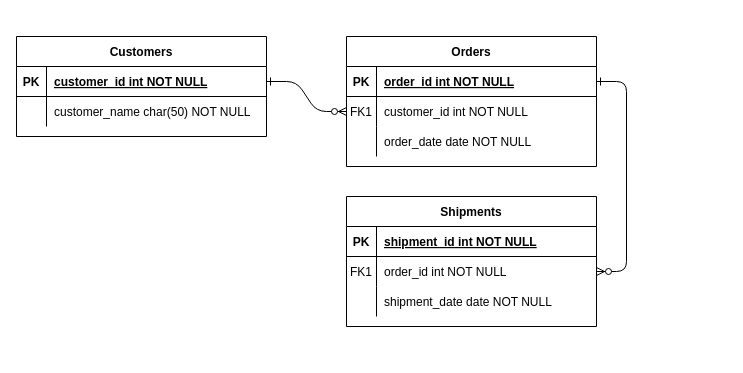
The draw.io diagram Physical_Data_Model.drawio in BeoVR6R/CMPG-223-Data-Model, before the edit. Source tidied: cells renumbered, new cells numbered last; positions are measured from the earlier drawing's top-left corner, leaving out a move shared by most shapes. Both pictures are drawn from the tidied source at 100%, with x=0, y=0 at pixel (16, 36).
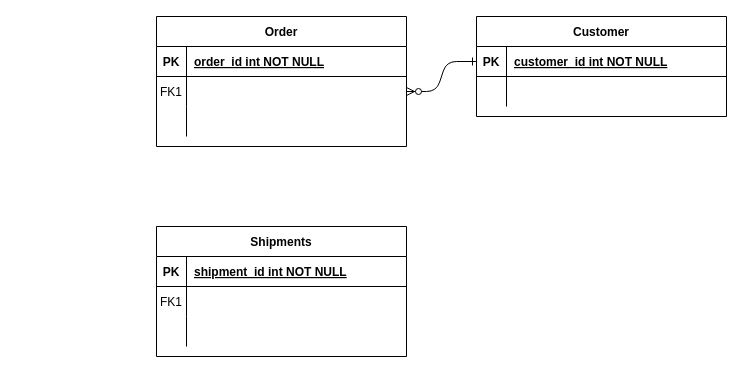
Above is the later version.

The change refers to these unchanged cells:
```xml
<mxCell id="5" style="shape=partialRectangle;fillColor=none;points=[[0,0.5],[1,0.5]];portConstraint=eastwest;top=0;left=0;right=0;bottom=1;" parent="4" vertex="1">
  <mxGeometry y="30" width="250" height="30" as="geometry" />
</mxCell>
<mxCell id="8" style="shape=partialRectangle;fillColor=none;points=[[0,0.5],[1,0.5]];portConstraint=eastwest;top=0;left=0;right=0;bottom=0;" parent="4" vertex="1">
  <mxGeometry y="60" width="250" height="30" as="geometry" />
</mxCell>
<mxCell id="11" style="shape=partialRectangle;fillColor=none;top=0;left=0;right=0;bottom=0;" parent="4" vertex="1">
  <mxGeometry y="90" width="250" height="30" as="geometry" />
</mxCell>
<mxCell id="18" style="shape=partialRectangle;fillColor=none;points=[[0,0.5],[1,0.5]];portConstraint=eastwest;top=0;left=0;right=0;bottom=0;" parent="14" vertex="1">
  <mxGeometry y="60" width="250" height="30" as="geometry" />
</mxCell>
<mxCell id="21" style="shape=partialRectangle;fillColor=none;top=0;left=0;right=0;bottom=0;" parent="14" vertex="1">
  <mxGeometry y="90" width="250" height="30" as="geometry" />
</mxCell>
<mxCell id="28" style="shape=partialRectangle;fillColor=none;top=0;left=0;right=0;bottom=0;" parent="24" vertex="1">
  <mxGeometry y="60" width="250" height="30" as="geometry" />
</mxCell>
```

What changed in the source:
```diff
@@
-    <mxCell id="3" style="edgeStyle=entityRelationEdgeStyle;endArrow=ERzeroToMany;startArrow=ERone;endFill=1;startFill=0;" parent="1" edge="1" source="5" target="18">
-      <mxGeometry relative="1" as="geometry" />
-    </mxCell>
-    <mxCell id="4" value="Orders" style="shape=table;startSize=30;childLayout=tableLayout;rowLines=0;fontStyle=1;align=center;" parent="1" vertex="1">
-      <mxGeometry x="330" width="250" height="130" as="geometry" />
+    <mxCell id="4" value="Order" style="shape=table;startSize=30;childLayout=tableLayout;rowLines=0;fontStyle=1;align=center;" parent="1" vertex="1">
+      <mxGeometry x="140" y="-20" width="250" height="130" as="geometry" />
     </mxCell>
@@
-    <mxCell id="10" value="customer_id int NOT NULL" style="shape=partialRectangle;overflow=hidden;fillColor=none;top=0;left=0;bottom=0;right=0;align=left;spacingLeft=6;" parent="8" vertex="1">
+    <mxCell id="10" style="shape=partialRectangle;overflow=hidden;fillColor=none;top=0;left=0;bottom=0;right=0;align=left;spacingLeft=6;" parent="8" vertex="1">
       <mxGeometry x="30" width="220" height="30" as="geometry" />
     </mxCell>
@@
-    <mxCell id="13" value="order_date date NOT NULL" style="shape=partialRectangle;overflow=hidden;fillColor=none;top=0;left=0;bottom=0;right=0;align=left;spacingLeft=6;" parent="11" vertex="1">
+    <mxCell id="13" style="shape=partialRectangle;overflow=hidden;fillColor=none;top=0;left=0;bottom=0;right=0;align=left;spacingLeft=6;" parent="11" vertex="1">
       <mxGeometry x="30" width="220" height="30" as="geometry" />
     </mxCell>
     <mxCell id="14" value="Shipments" style="shape=table;startSize=30;childLayout=tableLayout;rowLines=0;fontStyle=1;align=center;" parent="1" vertex="1">
-      <mxGeometry x="330" y="160" width="250" height="130" as="geometry" />
+      <mxGeometry x="140" y="190" width="250" height="130" as="geometry" />
     </mxCell>
@@
-    <mxCell id="20" value="order_id int NOT NULL" style="shape=partialRectangle;overflow=hidden;fillColor=none;top=0;left=0;bottom=0;right=0;align=left;spacingLeft=6;" parent="18" vertex="1">
+    <mxCell id="20" style="shape=partialRectangle;overflow=hidden;fillColor=none;top=0;left=0;bottom=0;right=0;align=left;spacingLeft=6;" parent="18" vertex="1">
       <mxGeometry x="30" width="220" height="30" as="geometry" />
     </mxCell>
@@
-    <mxCell id="23" value="shipment_date date NOT NULL" style="shape=partialRectangle;overflow=hidden;fillColor=none;top=0;left=0;bottom=0;right=0;align=left;spacingLeft=6;" parent="21" vertex="1">
+    <mxCell id="23" style="shape=partialRectangle;overflow=hidden;fillColor=none;top=0;left=0;bottom=0;right=0;align=left;spacingLeft=6;" parent="21" vertex="1">
       <mxGeometry x="30" width="220" height="30" as="geometry" />
     </mxCell>
-    <mxCell id="24" value="Customers" style="shape=table;startSize=30;childLayout=tableLayout;rowLines=0;fontStyle=1;align=center;" parent="1" vertex="1">
-      <mxGeometry width="250" height="100" as="geometry" />
+    <mxCell id="24" value="Customer" style="shape=table;startSize=30;childLayout=tableLayout;rowLines=0;fontStyle=1;align=center;" parent="1" vertex="1">
+      <mxGeometry x="460" y="-20" width="250" height="100" as="geometry" />
     </mxCell>
@@
-    <mxCell id="30" value="customer_name char(50) NOT NULL" style="shape=partialRectangle;overflow=hidden;fillColor=none;top=0;left=0;bottom=0;right=0;align=left;spacingLeft=6;" parent="28" vertex="1">
+    <mxCell id="30" style="shape=partialRectangle;overflow=hidden;fillColor=none;top=0;left=0;bottom=0;right=0;align=left;spacingLeft=6;" parent="28" vertex="1">
       <mxGeometry x="30" width="220" height="30" as="geometry" />
     </mxCell>
```
